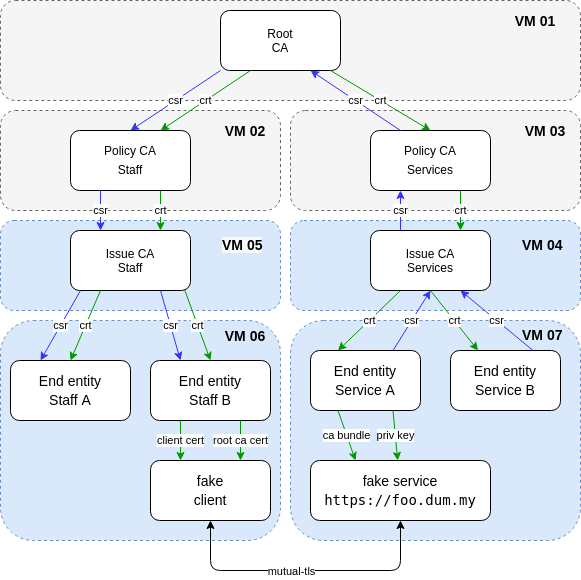
The draw.io diagram docs/pki-tree-prod.png in OlafRadicke/play_pki_ca_with_ansible, before a commit. Source tidied: cells renumbered, new cells last; positions are measured from the earlier drawing's top-left corner, leaving out a move shared by most shapes.
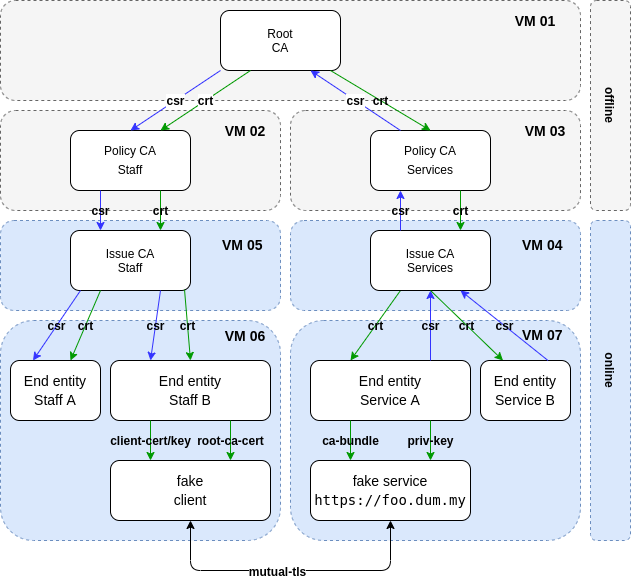
The same diagram one commit later.

Diff of the diagram source:
```diff
@@ -33,18 +33,18 @@
       <mxGeometry x="370" y="130" width="120" height="60" as="geometry" />
     </mxCell>
     <mxCell id="12" value="&lt;div style=&quot;font-size: 14px ; line-height: 19px&quot;&gt;&lt;span style=&quot;background-color: rgb(255 , 255 , 255)&quot;&gt;End entity&lt;br&gt;Staff A&lt;/span&gt;&lt;/div&gt;" style="rounded=1;whiteSpace=wrap;html=1;" parent="1" vertex="1">
-      <mxGeometry x="10" y="360" width="120" height="60" as="geometry" />
+      <mxGeometry x="10" y="360" width="90" height="60" as="geometry" />
     </mxCell>
     <mxCell id="13" value="&lt;div style=&quot;font-size: 14px ; line-height: 19px&quot;&gt;&lt;span style=&quot;background-color: rgb(255 , 255 , 255)&quot;&gt;End entity&lt;br&gt;Staff B&lt;/span&gt;&lt;/div&gt;" style="rounded=1;whiteSpace=wrap;html=1;" parent="1" vertex="1">
-      <mxGeometry x="150" y="360" width="120" height="60" as="geometry" />
+      <mxGeometry x="110" y="360" width="160" height="60" as="geometry" />
     </mxCell>
     <mxCell id="14" value="&lt;div style=&quot;font-size: 14px ; line-height: 19px&quot;&gt;&lt;span style=&quot;background-color: rgb(255 , 255 , 255)&quot;&gt;End entity&lt;br&gt;Service A&lt;/span&gt;&lt;/div&gt;" style="rounded=1;whiteSpace=wrap;html=1;" parent="1" vertex="1">
-      <mxGeometry x="310" y="350" width="110" height="60" as="geometry" />
+      <mxGeometry x="310" y="360" width="160" height="60" as="geometry" />
     </mxCell>
     <mxCell id="15" value="&lt;div style=&quot;font-size: 14px ; line-height: 19px&quot;&gt;&lt;span style=&quot;background-color: rgb(255 , 255 , 255)&quot;&gt;End entity&lt;br&gt;Service B&lt;/span&gt;&lt;/div&gt;" style="rounded=1;whiteSpace=wrap;html=1;" parent="1" vertex="1">
-      <mxGeometry x="450" y="350" width="110" height="60" as="geometry" />
+      <mxGeometry x="480" y="360" width="90" height="60" as="geometry" />
     </mxCell>
-    <mxCell id="16" value="crt" style="endArrow=classic;html=1;entryX=0.25;entryY=0;entryDx=0;entryDy=0;exitX=0.25;exitY=1;exitDx=0;exitDy=0;strokeColor=#009900;" parent="1" edge="1" source="17" target="14">
+    <mxCell id="16" value="&lt;b&gt;&lt;font style=&quot;font-size: 12px&quot;&gt;crt&lt;/font&gt;&lt;/b&gt;" style="endArrow=classic;html=1;entryX=0.25;entryY=0;entryDx=0;entryDy=0;exitX=0.25;exitY=1;exitDx=0;exitDy=0;strokeColor=#009900;labelBackgroundColor=none;" parent="1" edge="1" source="17" target="14">
       <mxGeometry relative="1" as="geometry" />
     </mxCell>
     <mxCell id="17" value="Issue CA&lt;br&gt;Services" style="rounded=1;whiteSpace=wrap;html=1;" parent="1" vertex="1">
@@ -56,7 +56,7 @@
     <mxCell id="19" value="&lt;font style=&quot;font-size: 14px&quot;&gt;&lt;b&gt;VM 01&lt;/b&gt;&lt;/font&gt;" style="text;html=1;strokeColor=none;fillColor=none;align=center;verticalAlign=middle;whiteSpace=wrap;rounded=0;dashed=1;" parent="1" vertex="1">
       <mxGeometry x="500" y="10" width="70" height="20" as="geometry" />
     </mxCell>
-    <mxCell id="20" value="&lt;b style=&quot;color: rgb(0 , 0 , 0) ; font-family: &amp;#34;helvetica&amp;#34; ; font-size: 14px ; font-style: normal ; letter-spacing: normal ; text-align: center ; text-indent: 0px ; text-transform: none ; word-spacing: 0px ; background-color: rgb(248 , 249 , 250)&quot;&gt;VM 05&lt;/b&gt;" style="text;whiteSpace=wrap;html=1;" parent="1" vertex="1">
+    <mxCell id="20" value="&lt;b style=&quot;color: rgb(0, 0, 0); font-family: helvetica; font-size: 14px; font-style: normal; letter-spacing: normal; text-align: center; text-indent: 0px; text-transform: none; word-spacing: 0px;&quot;&gt;VM 05&lt;/b&gt;" style="text;whiteSpace=wrap;html=1;labelBackgroundColor=none;" parent="1" vertex="1">
       <mxGeometry x="220" y="230" width="70" height="30" as="geometry" />
     </mxCell>
     <mxCell id="21" value="&lt;div style=&quot;text-align: center&quot;&gt;&lt;font face=&quot;helvetica&quot;&gt;&lt;span style=&quot;font-size: 14px&quot;&gt;&lt;b&gt;VM 04&lt;/b&gt;&lt;/span&gt;&lt;/font&gt;&lt;/div&gt;" style="text;whiteSpace=wrap;html=1;" parent="1" vertex="1">
@@ -65,25 +65,25 @@
     <mxCell id="22" value="&lt;div style=&quot;text-align: center&quot;&gt;&lt;font face=&quot;helvetica&quot;&gt;&lt;span style=&quot;font-size: 14px&quot;&gt;&lt;b&gt;VM 07&lt;/b&gt;&lt;/span&gt;&lt;/font&gt;&lt;/div&gt;" style="text;whiteSpace=wrap;html=1;" parent="1" vertex="1">
       <mxGeometry x="520" y="320" width="50" height="30" as="geometry" />
     </mxCell>
-    <mxCell id="23" value="csr" style="endArrow=classic;html=1;entryX=0.75;entryY=1;entryDx=0;entryDy=0;exitX=0.75;exitY=0;exitDx=0;exitDy=0;strokeColor=#3333FF;" parent="1" edge="1" source="15" target="17">
+    <mxCell id="23" value="&lt;b&gt;&lt;font style=&quot;font-size: 12px&quot;&gt;csr&lt;/font&gt;&lt;/b&gt;" style="endArrow=classic;html=1;entryX=0.75;entryY=1;entryDx=0;entryDy=0;exitX=0.75;exitY=0;exitDx=0;exitDy=0;strokeColor=#3333FF;labelBackgroundColor=none;" parent="1" edge="1" source="15" target="17">
       <mxGeometry relative="1" as="geometry" />
     </mxCell>
-    <mxCell id="24" value="crt" style="endArrow=classic;html=1;entryX=0.25;entryY=0;entryDx=0;entryDy=0;exitX=0.5;exitY=1;exitDx=0;exitDy=0;strokeColor=#009900;" parent="1" edge="1" source="17" target="15">
+    <mxCell id="24" value="&lt;b&gt;&lt;font style=&quot;font-size: 12px&quot;&gt;crt&lt;/font&gt;&lt;/b&gt;" style="endArrow=classic;html=1;entryX=0.25;entryY=0;entryDx=0;entryDy=0;exitX=0.5;exitY=1;exitDx=0;exitDy=0;strokeColor=#009900;labelBackgroundColor=none;" parent="1" edge="1" source="17" target="15">
       <mxGeometry relative="1" as="geometry" />
     </mxCell>
-    <mxCell id="25" value="csr" style="endArrow=classic;html=1;exitX=0.75;exitY=0;exitDx=0;exitDy=0;entryX=0.5;entryY=1;entryDx=0;entryDy=0;strokeColor=#3333FF;" parent="1" edge="1" source="14" target="17">
+    <mxCell id="25" value="&lt;b&gt;&lt;font style=&quot;font-size: 12px&quot;&gt;csr&lt;/font&gt;&lt;/b&gt;" style="endArrow=classic;html=1;exitX=0.75;exitY=0;exitDx=0;exitDy=0;entryX=0.5;entryY=1;entryDx=0;entryDy=0;strokeColor=#3333FF;labelBackgroundColor=none;" parent="1" edge="1" source="14" target="17">
       <mxGeometry relative="1" as="geometry" />
     </mxCell>
-    <mxCell id="26" value="crt" style="endArrow=classic;html=1;entryX=0.75;entryY=0;entryDx=0;entryDy=0;exitX=0.75;exitY=1;exitDx=0;exitDy=0;strokeColor=#009900;" parent="1" edge="1" source="11" target="17">
+    <mxCell id="26" value="&lt;b&gt;&lt;font style=&quot;font-size: 12px&quot;&gt;crt&lt;/font&gt;&lt;/b&gt;" style="endArrow=classic;html=1;entryX=0.75;entryY=0;entryDx=0;entryDy=0;exitX=0.75;exitY=1;exitDx=0;exitDy=0;strokeColor=#009900;labelBackgroundColor=none;" parent="1" edge="1" source="11" target="17">
       <mxGeometry relative="1" as="geometry" />
     </mxCell>
-    <mxCell id="27" value="csr" style="endArrow=classic;html=1;entryX=0.25;entryY=1;entryDx=0;entryDy=0;exitX=0.25;exitY=0;exitDx=0;exitDy=0;strokeColor=#3333FF;" parent="1" edge="1" source="17" target="11">
+    <mxCell id="27" value="&lt;b&gt;&lt;font style=&quot;font-size: 12px&quot;&gt;csr&lt;/font&gt;&lt;/b&gt;" style="endArrow=classic;html=1;entryX=0.25;entryY=1;entryDx=0;entryDy=0;exitX=0.25;exitY=0;exitDx=0;exitDy=0;strokeColor=#3333FF;labelBackgroundColor=none;" parent="1" edge="1" source="17" target="11">
       <mxGeometry relative="1" as="geometry" />
     </mxCell>
-    <mxCell id="28" value="csr" style="endArrow=classic;html=1;entryX=0.75;entryY=1;entryDx=0;entryDy=0;exitX=0.25;exitY=0;exitDx=0;exitDy=0;strokeColor=#3333FF;" parent="1" edge="1" source="11" target="9">
+    <mxCell id="28" value="&lt;b&gt;&lt;font style=&quot;font-size: 12px&quot;&gt;csr&lt;/font&gt;&lt;/b&gt;" style="endArrow=classic;html=1;entryX=0.75;entryY=1;entryDx=0;entryDy=0;exitX=0.25;exitY=0;exitDx=0;exitDy=0;strokeColor=#3333FF;" parent="1" edge="1" source="11" target="9">
       <mxGeometry relative="1" as="geometry" />
     </mxCell>
-    <mxCell id="29" value="crt" style="endArrow=classic;html=1;entryX=0.5;entryY=0;entryDx=0;entryDy=0;strokeColor=#009900;" parent="1" edge="1" source="9" target="11">
+    <mxCell id="29" value="&lt;b&gt;&lt;font style=&quot;font-size: 12px&quot;&gt;crt&lt;/font&gt;&lt;/b&gt;" style="endArrow=classic;html=1;entryX=0.5;entryY=0;entryDx=0;entryDy=0;strokeColor=#009900;labelBackgroundColor=none;" parent="1" edge="1" source="9" target="11">
       <mxGeometry relative="1" as="geometry" />
     </mxCell>
     <mxCell id="30" value="&lt;font style=&quot;font-size: 14px&quot;&gt;&lt;b&gt;VM 06&lt;/b&gt;&lt;/font&gt;" style="text;html=1;strokeColor=none;fillColor=none;align=center;verticalAlign=middle;whiteSpace=wrap;rounded=0;dashed=1;" parent="1" vertex="1">
@@ -96,46 +96,46 @@
       <mxGeometry x="210" y="120" width="70" height="20" as="geometry" />
     </mxCell>
     <mxCell id="33" value="&lt;div style=&quot;font-size: 14px ; line-height: 19px&quot;&gt;&lt;span style=&quot;background-color: rgb(255 , 255 , 255)&quot;&gt;fake&amp;nbsp;&lt;/span&gt;&lt;span style=&quot;background-color: rgb(255 , 255 , 255)&quot;&gt;service&lt;/span&gt;&lt;/div&gt;&lt;div style=&quot;font-size: 14px ; line-height: 19px&quot;&gt;&lt;div style=&quot;font-family: &amp;#34;droid sans mono&amp;#34; , monospace , monospace , &amp;#34;droid sans fallback&amp;#34; ; line-height: 19px&quot;&gt;https://foo.dum.my&lt;/div&gt;&lt;/div&gt;" style="rounded=1;whiteSpace=wrap;html=1;" parent="1" vertex="1">
-      <mxGeometry x="310" y="460" width="180" height="60" as="geometry" />
+      <mxGeometry x="310" y="460" width="160" height="60" as="geometry" />
     </mxCell>
     <mxCell id="34" value="&lt;div style=&quot;font-size: 14px ; line-height: 19px&quot;&gt;&lt;span style=&quot;background-color: rgb(255 , 255 , 255)&quot;&gt;fake&lt;/span&gt;&lt;/div&gt;&lt;div style=&quot;font-size: 14px ; line-height: 19px&quot;&gt;&lt;span style=&quot;background-color: rgb(255 , 255 , 255)&quot;&gt;client&lt;/span&gt;&lt;/div&gt;" style="rounded=1;whiteSpace=wrap;html=1;" parent="1" vertex="1">
-      <mxGeometry x="150" y="460" width="120" height="60" as="geometry" />
+      <mxGeometry x="110" y="460" width="160" height="60" as="geometry" />
     </mxCell>
-    <mxCell id="35" value="ca bundle" style="endArrow=classic;html=1;entryX=0.25;entryY=0;entryDx=0;entryDy=0;exitX=0.25;exitY=1;exitDx=0;exitDy=0;strokeColor=#009900;" parent="1" edge="1" source="14" target="33">
+    <mxCell id="35" value="&lt;b&gt;&lt;font style=&quot;font-size: 12px&quot;&gt;ca-bundle&lt;/font&gt;&lt;/b&gt;" style="endArrow=classic;html=1;entryX=0.25;entryY=0;entryDx=0;entryDy=0;exitX=0.25;exitY=1;exitDx=0;exitDy=0;strokeColor=#009900;labelBackgroundColor=none;" parent="1" edge="1" source="14" target="33">
       <mxGeometry relative="1" as="geometry" />
     </mxCell>
-    <mxCell id="36" value="priv key" style="endArrow=classic;html=1;strokeColor=#009900;exitX=0.75;exitY=1;exitDx=0;exitDy=0;" parent="1" edge="1" source="14" target="33">
+    <mxCell id="36" value="&lt;b&gt;&lt;font style=&quot;font-size: 12px&quot;&gt;priv-key&lt;/font&gt;&lt;/b&gt;" style="endArrow=classic;html=1;strokeColor=#009900;exitX=0.75;exitY=1;exitDx=0;exitDy=0;entryX=0.75;entryY=0;entryDx=0;entryDy=0;labelBackgroundColor=none;" parent="1" edge="1" source="14" target="33">
       <mxGeometry relative="1" as="geometry" />
     </mxCell>
-    <mxCell id="37" value="root ca cert" style="endArrow=classic;html=1;entryX=0.75;entryY=0;entryDx=0;entryDy=0;exitX=0.75;exitY=1;exitDx=0;exitDy=0;strokeColor=#009900;" parent="1" edge="1" source="13" target="34">
+    <mxCell id="37" value="&lt;b&gt;&lt;font style=&quot;font-size: 12px&quot;&gt;root-ca-cert&lt;/font&gt;&lt;/b&gt;" style="endArrow=classic;html=1;entryX=0.75;entryY=0;entryDx=0;entryDy=0;exitX=0.75;exitY=1;exitDx=0;exitDy=0;strokeColor=#009900;labelBackgroundColor=none;" parent="1" edge="1" source="13" target="34">
       <mxGeometry relative="1" as="geometry" />
     </mxCell>
-    <mxCell id="38" value="crt" style="endArrow=classic;html=1;entryX=0.75;entryY=0;entryDx=0;entryDy=0;strokeColor=#009900;exitX=0.25;exitY=1;exitDx=0;exitDy=0;" parent="1" edge="1" source="9" target="10">
+    <mxCell id="38" value="&lt;b&gt;&lt;font style=&quot;font-size: 12px&quot;&gt;crt&lt;/font&gt;&lt;/b&gt;" style="endArrow=classic;html=1;entryX=0.75;entryY=0;entryDx=0;entryDy=0;strokeColor=#009900;exitX=0.25;exitY=1;exitDx=0;exitDy=0;" parent="1" edge="1" source="9" target="10">
       <mxGeometry relative="1" as="geometry" />
     </mxCell>
-    <mxCell id="39" value="csr" style="endArrow=classic;html=1;entryX=0.5;entryY=0;entryDx=0;entryDy=0;exitX=0;exitY=1;exitDx=0;exitDy=0;strokeColor=#3333FF;" parent="1" edge="1" source="9" target="10">
+    <mxCell id="39" value="&lt;b&gt;&lt;font style=&quot;font-size: 12px&quot;&gt;csr&lt;/font&gt;&lt;/b&gt;" style="endArrow=classic;html=1;entryX=0.5;entryY=0;entryDx=0;entryDy=0;exitX=0;exitY=1;exitDx=0;exitDy=0;strokeColor=#3333FF;" parent="1" edge="1" source="9" target="10">
       <mxGeometry relative="1" as="geometry" />
     </mxCell>
-    <mxCell id="40" value="csr" style="endArrow=classic;html=1;entryX=0.25;entryY=0;entryDx=0;entryDy=0;exitX=0.25;exitY=1;exitDx=0;exitDy=0;strokeColor=#3333FF;" parent="1" edge="1" source="10" target="18">
+    <mxCell id="40" value="&lt;b&gt;&lt;font style=&quot;font-size: 12px&quot;&gt;csr&lt;/font&gt;&lt;/b&gt;" style="endArrow=classic;html=1;entryX=0.25;entryY=0;entryDx=0;entryDy=0;exitX=0.25;exitY=1;exitDx=0;exitDy=0;strokeColor=#3333FF;labelBackgroundColor=none;" parent="1" edge="1" source="10" target="18">
       <mxGeometry relative="1" as="geometry" />
     </mxCell>
-    <mxCell id="41" value="crt" style="endArrow=classic;html=1;entryX=0.75;entryY=0;entryDx=0;entryDy=0;strokeColor=#009900;exitX=0.75;exitY=1;exitDx=0;exitDy=0;" parent="1" edge="1" source="10" target="18">
+    <mxCell id="41" value="&lt;b&gt;&lt;font style=&quot;font-size: 12px&quot;&gt;crt&lt;/font&gt;&lt;/b&gt;" style="endArrow=classic;html=1;entryX=0.75;entryY=0;entryDx=0;entryDy=0;strokeColor=#009900;exitX=0.75;exitY=1;exitDx=0;exitDy=0;labelBackgroundColor=none;" parent="1" edge="1" source="10" target="18">
       <mxGeometry relative="1" as="geometry" />
     </mxCell>
-    <mxCell id="42" value="crt" style="endArrow=classic;html=1;entryX=0.5;entryY=0;entryDx=0;entryDy=0;strokeColor=#009900;exitX=0.95;exitY=0.983;exitDx=0;exitDy=0;exitPerimeter=0;" parent="1" edge="1" source="18" target="13">
+    <mxCell id="42" value="&lt;b&gt;&lt;font style=&quot;font-size: 12px&quot;&gt;crt&lt;/font&gt;&lt;/b&gt;" style="endArrow=classic;html=1;entryX=0.5;entryY=0;entryDx=0;entryDy=0;strokeColor=#009900;exitX=0.95;exitY=0.983;exitDx=0;exitDy=0;exitPerimeter=0;labelBackgroundColor=none;" parent="1" edge="1" source="18" target="13">
       <mxGeometry relative="1" as="geometry" />
     </mxCell>
-    <mxCell id="43" value="crt" style="endArrow=classic;html=1;strokeColor=#009900;exitX=0.25;exitY=1;exitDx=0;exitDy=0;" parent="1" edge="1" source="18">
+    <mxCell id="43" value="&lt;b&gt;&lt;font style=&quot;font-size: 12px&quot;&gt;crt&lt;/font&gt;&lt;/b&gt;" style="endArrow=classic;html=1;strokeColor=#009900;exitX=0.25;exitY=1;exitDx=0;exitDy=0;labelBackgroundColor=none;" parent="1" edge="1" source="18">
       <mxGeometry relative="1" as="geometry">
         <mxPoint x="70" y="360" as="targetPoint" />
       </mxGeometry>
     </mxCell>
-    <mxCell id="44" value="csr" style="endArrow=classic;html=1;entryX=0.25;entryY=0;entryDx=0;entryDy=0;strokeColor=#3333FF;" parent="1" edge="1" target="12">
+    <mxCell id="44" value="&lt;b&gt;&lt;font style=&quot;font-size: 12px&quot;&gt;csr&lt;/font&gt;&lt;/b&gt;" style="endArrow=classic;html=1;entryX=0.25;entryY=0;entryDx=0;entryDy=0;strokeColor=#3333FF;labelBackgroundColor=none;" parent="1" edge="1" target="12">
       <mxGeometry relative="1" as="geometry">
         <mxPoint x="80" y="290" as="sourcePoint" />
       </mxGeometry>
     </mxCell>
-    <mxCell id="45" value="csr" style="endArrow=classic;html=1;entryX=0.25;entryY=0;entryDx=0;entryDy=0;exitX=0.75;exitY=1;exitDx=0;exitDy=0;strokeColor=#3333FF;" parent="1" edge="1" source="18" target="13">
+    <mxCell id="45" value="&lt;b&gt;&lt;font style=&quot;font-size: 12px&quot;&gt;csr&lt;/font&gt;&lt;/b&gt;" style="endArrow=classic;html=1;entryX=0.25;entryY=0;entryDx=0;entryDy=0;exitX=0.75;exitY=1;exitDx=0;exitDy=0;strokeColor=#3333FF;labelBackgroundColor=none;" parent="1" edge="1" source="18" target="13">
       <mxGeometry relative="1" as="geometry" />
     </mxCell>
     <mxCell id="46" style="edgeStyle=elbowEdgeStyle;elbow=vertical;endArrow=classic;html=1;exitX=0.5;exitY=1;exitDx=0;exitDy=0;entryX=0.5;entryY=1;entryDx=0;entryDy=0;startArrow=classic;startFill=1;" parent="1" edge="1" source="34" target="33">
@@ -145,13 +145,25 @@
         </Array>
       </mxGeometry>
     </mxCell>
-    <mxCell id="47" value="mutual-tls" style="edgeLabel;html=1;align=center;verticalAlign=middle;" parent="46" vertex="1">
+    <mxCell id="47" value="&lt;b&gt;&lt;font style=&quot;font-size: 12px&quot;&gt;mutual-tls&lt;/font&gt;&lt;/b&gt;" style="edgeLabel;html=1;align=center;verticalAlign=middle;" parent="46" vertex="1">
       <mxGeometry x="0.14" relative="1" as="geometry">
         <mxPoint x="-35" as="offset" />
       </mxGeometry>
     </mxCell>
-    <mxCell id="48" value="client cert" style="endArrow=classic;html=1;exitX=0.25;exitY=1;exitDx=0;exitDy=0;strokeColor=#009900;entryX=0.25;entryY=0;entryDx=0;entryDy=0;" parent="1" edge="1" source="13" target="34">
+    <mxCell id="48" value="&lt;b&gt;&lt;font style=&quot;font-size: 12px&quot;&gt;client-cert/key&lt;/font&gt;&lt;/b&gt;" style="endArrow=classic;html=1;exitX=0.25;exitY=1;exitDx=0;exitDy=0;strokeColor=#009900;entryX=0.25;entryY=0;entryDx=0;entryDy=0;labelBackgroundColor=none;" parent="1" edge="1" source="13" target="34">
       <mxGeometry relative="1" as="geometry" />
     </mxCell>
+    <mxCell id="49" style="rounded=1;whiteSpace=wrap;html=1;dashed=1;fillColor=#f5f5f5;strokeColor=#666666;fontColor=#333333;" parent="1" vertex="1">
+      <mxGeometry x="590" width="40" height="210" as="geometry" />
+    </mxCell>
+    <mxCell id="50" style="rounded=1;whiteSpace=wrap;html=1;dashed=1;fillColor=#dae8fc;strokeColor=#6c8ebf;" parent="1" vertex="1">
+      <mxGeometry x="590" y="220" width="40" height="320" as="geometry" />
+    </mxCell>
+    <mxCell id="51" value="&lt;b&gt;online&lt;/b&gt;" style="text;html=1;strokeColor=none;fillColor=none;align=center;verticalAlign=middle;whiteSpace=wrap;rounded=0;labelBackgroundColor=none;rotation=90;" parent="1" vertex="1">
+      <mxGeometry x="590" y="360" width="40" height="20" as="geometry" />
+    </mxCell>
+    <mxCell id="52" value="&lt;b&gt;offline&lt;/b&gt;" style="text;html=1;strokeColor=none;fillColor=none;align=center;verticalAlign=middle;whiteSpace=wrap;rounded=0;labelBackgroundColor=none;rotation=90;" parent="1" vertex="1">
+      <mxGeometry x="590" y="95" width="40" height="20" as="geometry" />
+    </mxCell>
   </root>
 </mxGraphModel>
```
